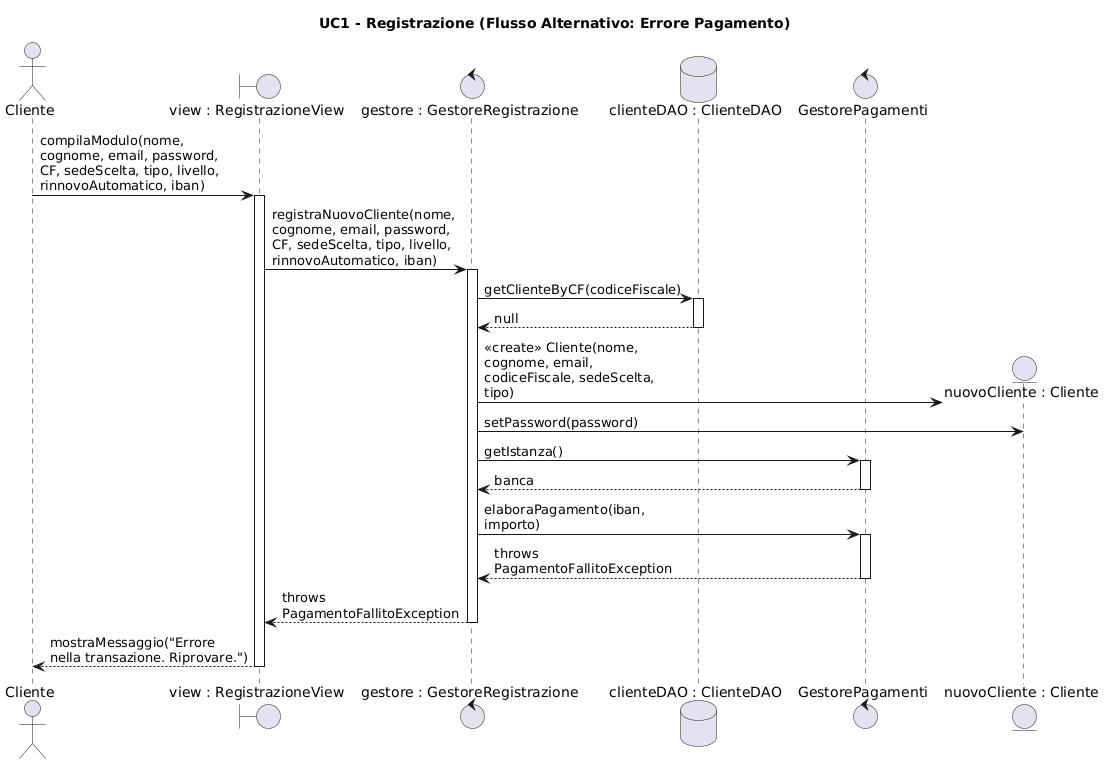
Before: ScriptActive/Documenti/08. Diagrammi di Sequenza/Visualizzazioni/DSequenzaUC1Alt.png, a diagram exported from PlantUML (svilu999/Progetto-ScriptActive). Source of this version:
```plantuml
@startuml
skinparam maxMessageSize 200
skinparam monochrome false
skinparam linetype ortho

title UC1 - Registrazione (Flusso Alternativo: Errore Pagamento)

actor "Cliente" as C
boundary "view : RegistrazioneView" as View
control "gestore : GestoreRegistrazione" as Controller
database "clienteDAO : ClienteDAO" as CDAO
control "GestorePagamenti" as GP
entity "nuovoCliente : Cliente" as Cliente

C -> View : compilaModulo(nome, cognome, email, password, CF, sedeScelta, tipo, livello, rinnovoAutomatico, iban)
activate View

View -> Controller : registraNuovoCliente(nome, cognome, email, password, CF, sedeScelta, tipo, livello, rinnovoAutomatico, iban)
activate Controller

Controller -> CDAO : getClienteByCF(codiceFiscale)
activate CDAO
CDAO --> Controller : null
deactivate CDAO

create Cliente
Controller -> Cliente : <<create>> Cliente(nome, cognome, email, codiceFiscale, sedeScelta, tipo)
Controller -> Cliente : setPassword(password)

Controller -> GP : getIstanza()
activate GP
GP --> Controller : banca
deactivate GP

Controller -> GP : elaboraPagamento(iban, importo)
activate GP
GP --> Controller : throws PagamentoFallitoException
deactivate GP

Controller --> View : throws PagamentoFallitoException
deactivate Controller

View --> C : mostraMessaggio("Errore nella transazione. Riprovare.")
deactivate View
@enduml
```
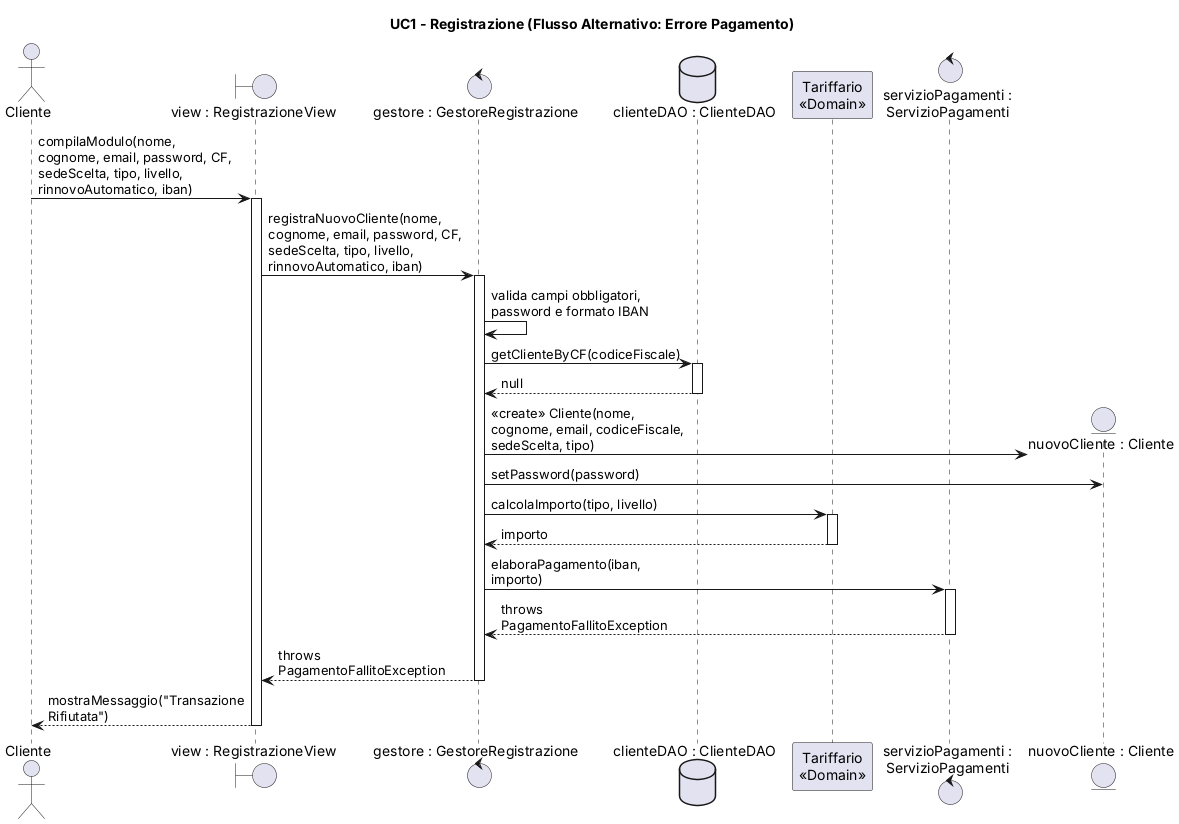
After the change.

What changed in the source:
```diff
@@ -1,7 +1,6 @@
-@startuml
+@startuml DSequenzaUC1Alt
 skinparam maxMessageSize 200
 skinparam monochrome false
-skinparam linetype ortho
 
 title UC1 - Registrazione (Flusso Alternativo: Errore Pagamento)
 
@@ -9,7 +8,8 @@
 boundary "view : RegistrazioneView" as View
 control "gestore : GestoreRegistrazione" as Controller
 database "clienteDAO : ClienteDAO" as CDAO
-control "GestorePagamenti" as GP
+participant "Tariffario\n<<Domain>>" as Tar
+control "servizioPagamenti :\nServizioPagamenti" as GP
 entity "nuovoCliente : Cliente" as Cliente
 
 C -> View : compilaModulo(nome, cognome, email, password, CF, sedeScelta, tipo, livello, rinnovoAutomatico, iban)
@@ -17,6 +17,8 @@
 
 View -> Controller : registraNuovoCliente(nome, cognome, email, password, CF, sedeScelta, tipo, livello, rinnovoAutomatico, iban)
 activate Controller
+
+Controller -> Controller : valida campi obbligatori, password e formato IBAN
 
 Controller -> CDAO : getClienteByCF(codiceFiscale)
 activate CDAO
@@ -27,10 +29,10 @@
 Controller -> Cliente : <<create>> Cliente(nome, cognome, email, codiceFiscale, sedeScelta, tipo)
 Controller -> Cliente : setPassword(password)
 
-Controller -> GP : getIstanza()
-activate GP
-GP --> Controller : banca
-deactivate GP
+Controller -> Tar : calcolaImporto(tipo, livello)
+activate Tar
+Tar --> Controller : importo
+deactivate Tar
 
 Controller -> GP : elaboraPagamento(iban, importo)
 activate GP
@@ -40,6 +42,6 @@
 Controller --> View : throws PagamentoFallitoException
 deactivate Controller
 
-View --> C : mostraMessaggio("Errore nella transazione. Riprovare.")
+View --> C : mostraMessaggio("Transazione Rifiutata")
 deactivate View
 @enduml
```
